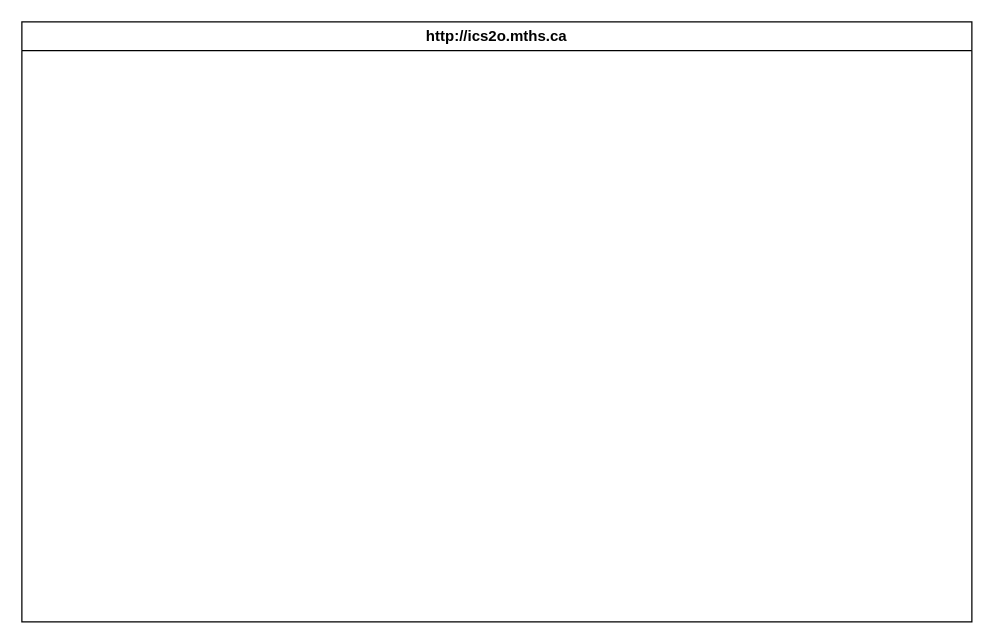
This is design/storyboard.drawio from MTHS-ICS2O-2-2022/ICS2O-Unit-5-03-Armatys22, a draw.io file, before an edit. Source tidied: cells renumbered, new cells numbered last; positions are measured from the earlier drawing's top-left corner, leaving out a move shared by most shapes. Both pictures are drawn from the tidied source at 125%, with x=0, y=0 at pixel (21, 21).
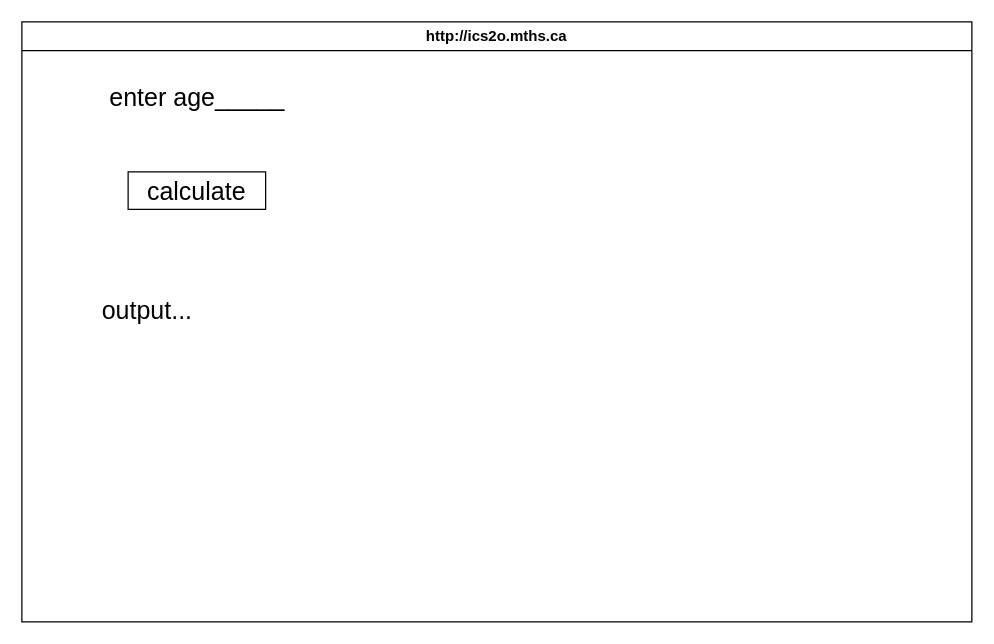
The same diagram, later.

What changed in the source:
```diff
@@
 <mxGraphModel>
   <root>
     <mxCell id="0" />
     <mxCell id="1" parent="0" />
     <mxCell id="2" value="http://ics2o.mths.ca" style="swimlane;whiteSpace=wrap;html=1;" parent="1" vertex="1">
       <mxGeometry width="760" height="480" as="geometry" />
     </mxCell>
+    <mxCell id="3" value="&lt;font style=&quot;font-size: 20px;&quot;&gt;enter age_____&lt;/font&gt;" style="text;html=1;align=center;verticalAlign=middle;strokeColor=none;fillColor=none;" parent="2" vertex="1">
+      <mxGeometry x="60" y="40" width="160" height="40" as="geometry" />
+    </mxCell>
+    <mxCell id="4" value="calculate" style="whiteSpace=wrap;html=1;fontSize=20;" parent="2" vertex="1">
+      <mxGeometry x="85" y="120" width="110" height="30" as="geometry" />
+    </mxCell>
+    <mxCell id="5" value="output..." style="text;html=1;align=center;verticalAlign=middle;strokeColor=none;fillColor=none;fontSize=20;" parent="1" vertex="1">
+      <mxGeometry x="50" y="210" width="100" height="40" as="geometry" />
+    </mxCell>
   </root>
 </mxGraphModel>
```
